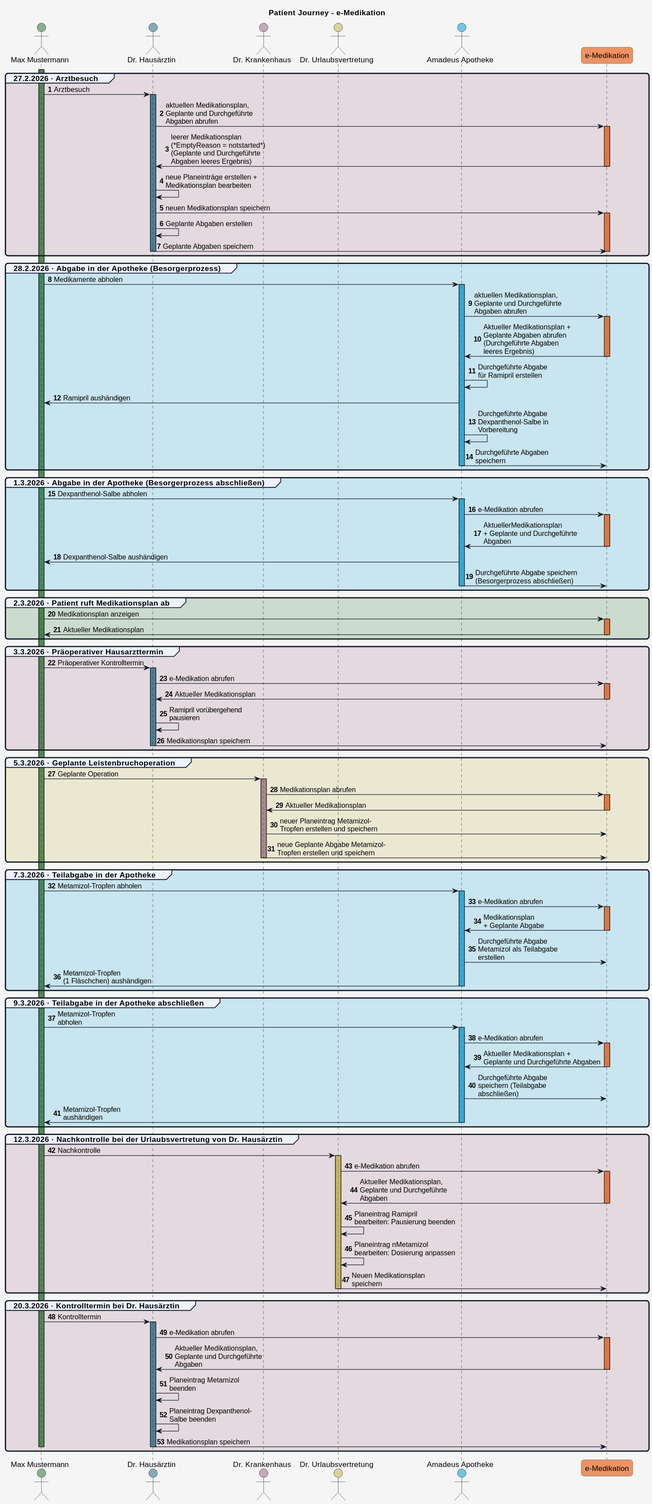
HL7Austria/ELGA-e-Medikation-R4 keeps this PlantUML diagram as input/images/plantuml/patient_journey.svg. Above is the earlier version.
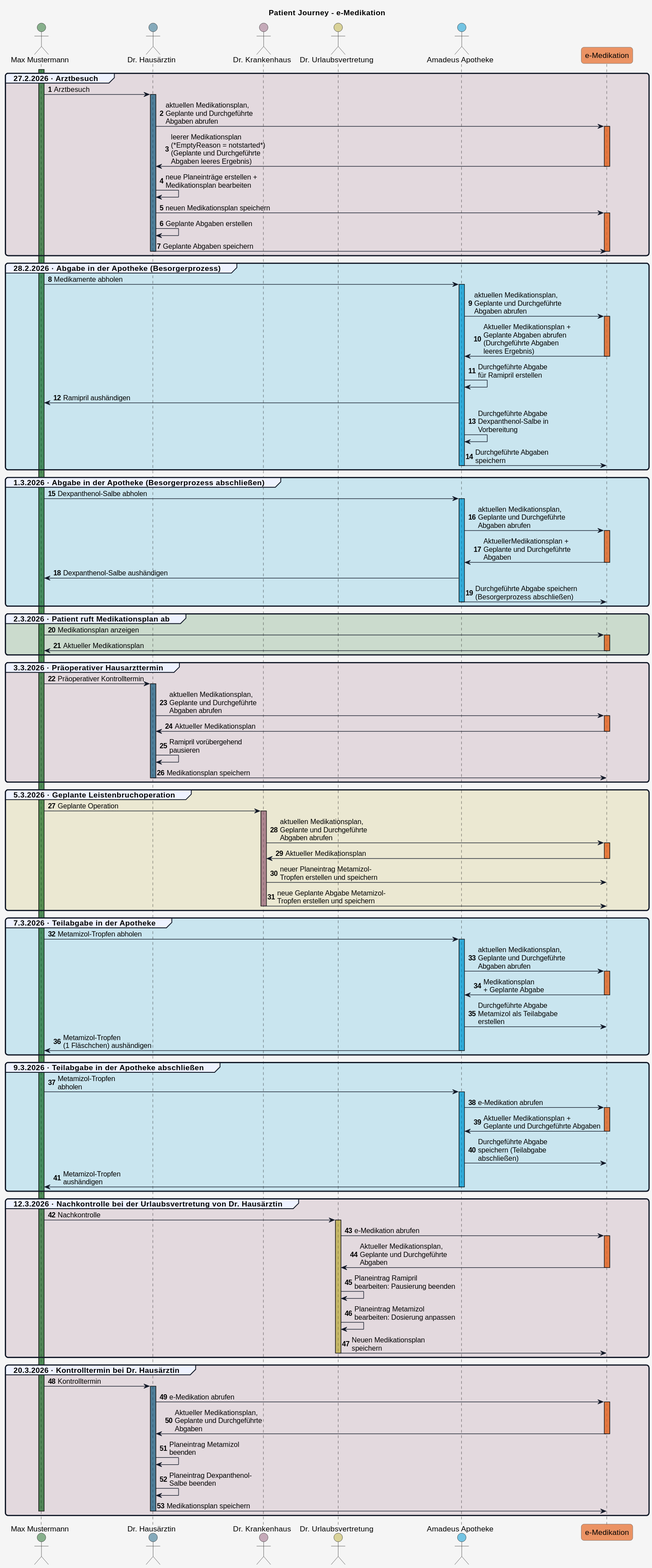
Later version of the same file.

The edit, as a diff of the source:
```diff
@@ -136,10 +136,10 @@
   Patient -> Apotheke: Dexpanthenol-Salbe abholen
 
   activate Apotheke COLOR_APO
-  Apotheke -> eMed_FA: e-Medikation abrufen
+  Apotheke -> eMed_FA: aktuellen Medikationsplan,\nGeplante und Durchgeführte\nAbgaben abrufen
 
   activate eMed_FA COLOR_EMED_FA
-  eMed_FA -> Apotheke: AktuellerMedikationsplan\n+ Geplante und Durchgeführte\nAbgaben
+  eMed_FA -> Apotheke: AktuellerMedikationsplan +\nGeplante und Durchgeführte\nAbgaben
   deactivate eMed_FA
 
   Apotheke -> Patient: Dexpanthenol-Salbe aushändigen
@@ -170,7 +170,7 @@
 
   activate Arzt_1 COLOR_GDA_1
 
-  Arzt_1 -> eMed_FA: e-Medikation abrufen
+  Arzt_1 -> eMed_FA: aktuellen Medikationsplan,\nGeplante und Durchgeführte\nAbgaben abrufen
 
   activate eMed_FA COLOR_EMED_FA
   eMed_FA -> Arzt_1: Aktueller Medikationsplan
@@ -191,7 +191,7 @@
 
   activate Arzt_2 COLOR_GDA_2
 
-  Arzt_2 -> eMed_FA: Medikationsplan abrufen
+  Arzt_2 -> eMed_FA: aktuellen Medikationsplan,\nGeplante und Durchgeführte\nAbgaben abrufen
 
   activate eMed_FA COLOR_EMED_FA
   eMed_FA -> Arzt_2: Aktueller Medikationsplan
@@ -210,7 +210,7 @@
 
   activate Apotheke COLOR_APO
 
-  Apotheke -> eMed_FA: e-Medikation abrufen
+  Apotheke -> eMed_FA: aktuellen Medikationsplan,\nGeplante und Durchgeführte\nAbgaben abrufen
 
   activate eMed_FA COLOR_EMED_FA
   eMed_FA -> Apotheke: Medikationsplan\n+ Geplante Abgabe
@@ -258,7 +258,7 @@
 
   Arzt_3 -> Arzt_3: Planeintrag Ramipril\nbearbeiten: Pausierung beenden
 
-  Arzt_3 -> Arzt_3: Planeintrag nMetamizol\nbearbeiten: Dosierung anpassen
+  Arzt_3 -> Arzt_3: Planeintrag Metamizol\nbearbeiten: Dosierung anpassen
 
   Arzt_3 -> eMed_FA: Neuen Medikationsplan\nspeichern
 
```
